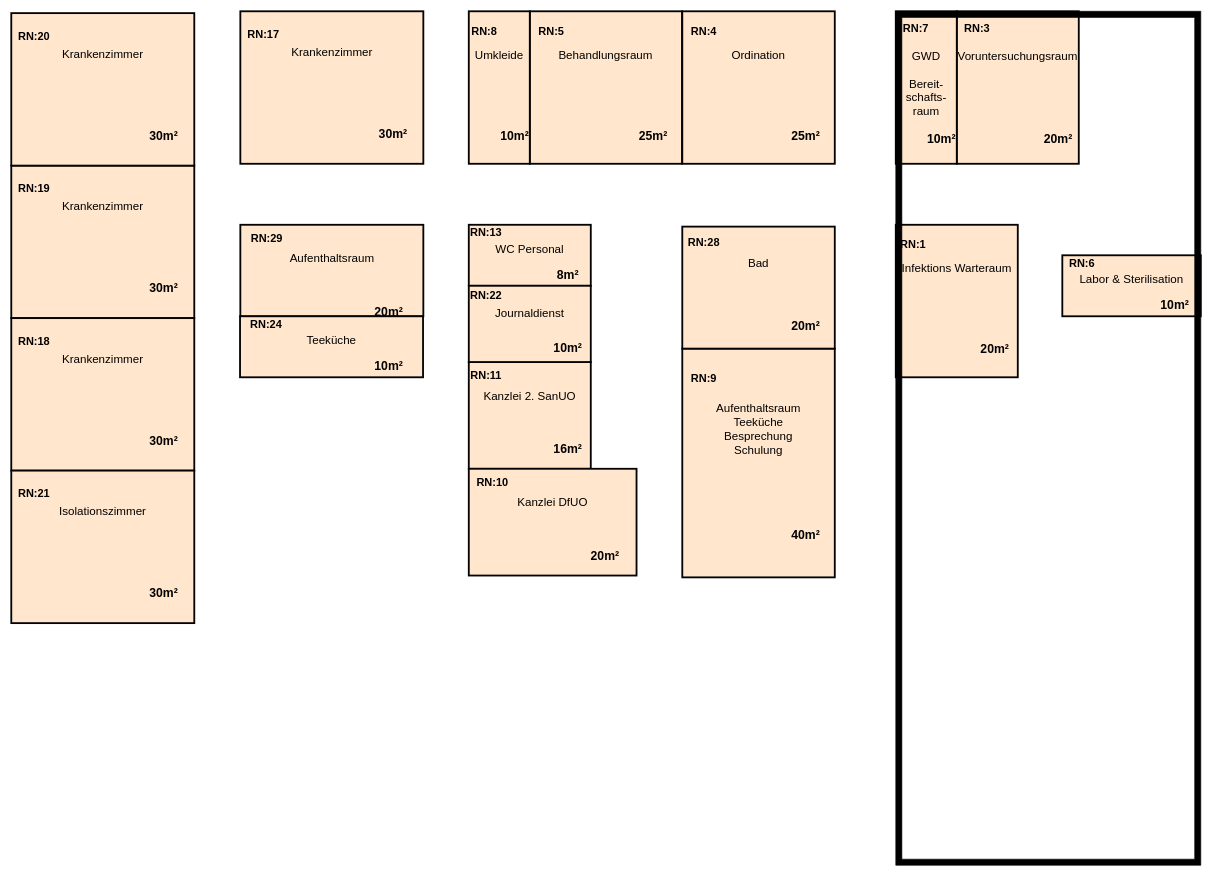
Earlier version of the draw.io diagram Unbenanntes Diagramm.drawio (Yeetmoser/asd). Source tidied: cells renumbered, new cells numbered last; positions are measured from the earlier drawing's top-left corner, leaving out a move shared by most shapes. Both pictures are drawn from the tidied source at 61%, with x=0, y=0 at pixel (11, 11).
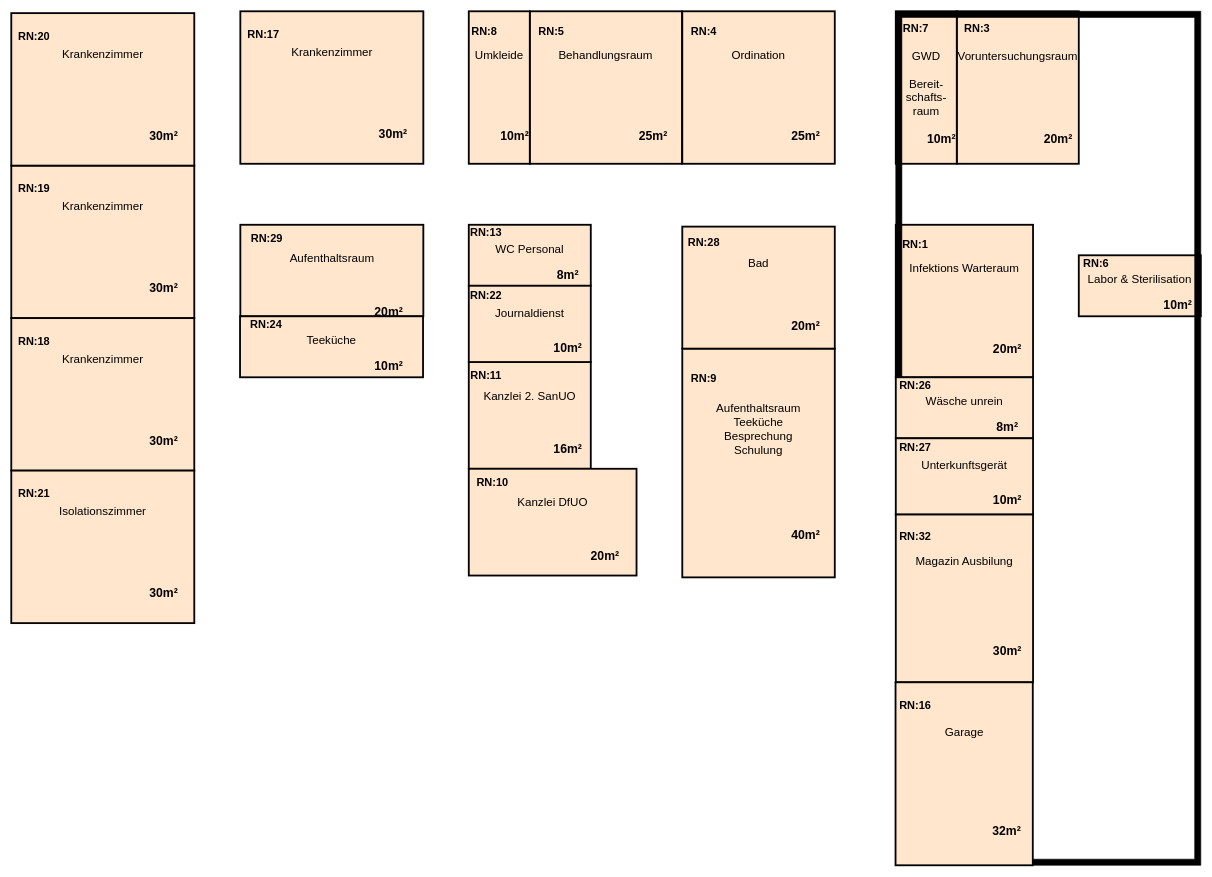
After the change.

The edit, as a diff of the source:
```diff
@@
     <mxCell id="12" style="group;" parent="1" vertex="1">
-      <mxGeometry x="1450" y="350" width="200" height="250" as="geometry" />
+      <mxGeometry x="1450" y="350" width="225" height="250" as="geometry" />
     </mxCell>
     <mxCell id="13" style="rounded=0;whiteSpace=wrap;html=1;fillStyle=auto;strokeWidth=3;fillColor=#ffe6cc;strokeColor=#030303;" parent="12" vertex="1">
-      <mxGeometry width="200" height="250" as="geometry" />
+      <mxGeometry width="225" height="250" as="geometry" />
     </mxCell>
     <mxCell id="14" value="Infektions Warteraum" style="text;html=1;strokeColor=none;fillColor=none;align=center;verticalAlign=top;whiteSpace=wrap;rounded=0;fillStyle=auto;strokeWidth=3;fontSize=19;" parent="12" vertex="1">
-      <mxGeometry y="53.8" width="199.7" height="137.5" as="geometry" />
+      <mxGeometry y="53.8" width="224.6" height="137.5" as="geometry" />
     </mxCell>
     <mxCell id="15" value="RN:1" style="text;html=1;strokeColor=none;fillColor=none;align=center;verticalAlign=middle;whiteSpace=wrap;rounded=0;fillStyle=auto;strokeWidth=3;fontSize=18;fontStyle=1;" parent="12" vertex="1">
-      <mxGeometry width="57" height="65" as="geometry" />
+      <mxGeometry width="64.1" height="65" as="geometry" />
     </mxCell>
     <mxCell id="16" value="20m²" style="text;html=1;strokeColor=none;fillColor=none;align=center;verticalAlign=middle;whiteSpace=wrap;rounded=0;fillStyle=auto;strokeWidth=3;fontSize=20;fontStyle=1;" parent="12" vertex="1">
-      <mxGeometry x="125" y="155" width="74.7" height="95" as="geometry" />
+      <mxGeometry x="140.6" y="155" width="84" height="95" as="geometry" />
     </mxCell>
     <mxCell id="17" style="group;" parent="1" vertex="1">
-      <mxGeometry x="1723" y="400" width="227" height="100" as="geometry" />
+      <mxGeometry x="1750" y="400" width="200" height="100" as="geometry" />
     </mxCell>
     <mxCell id="18" style="rounded=0;whiteSpace=wrap;html=1;fillStyle=auto;strokeWidth=3;fillColor=#ffe6cc;strokeColor=#030303;" parent="17" vertex="1">
-      <mxGeometry width="227" height="100" as="geometry" />
+      <mxGeometry width="200" height="100" as="geometry" />
     </mxCell>
     <mxCell id="19" value="Labor &amp;amp; Sterilisation" style="text;html=1;strokeColor=none;fillColor=none;align=center;verticalAlign=top;whiteSpace=wrap;rounded=0;fillStyle=auto;strokeWidth=3;fontSize=19;" parent="17" vertex="1">
-      <mxGeometry y="21.5" width="226.6" height="55" as="geometry" />
+      <mxGeometry y="21.5" width="199.7" height="55" as="geometry" />
     </mxCell>
     <mxCell id="20" value="RN:6" style="text;html=1;strokeColor=none;fillColor=none;align=center;verticalAlign=middle;whiteSpace=wrap;rounded=0;fillStyle=auto;strokeWidth=3;fontSize=18;fontStyle=1;" parent="17" vertex="1">
-      <mxGeometry width="64.7" height="26" as="geometry" />
+      <mxGeometry width="57" height="26" as="geometry" />
     </mxCell>
     <mxCell id="21" value="10m²" style="text;html=1;strokeColor=none;fillColor=none;align=center;verticalAlign=middle;whiteSpace=wrap;rounded=0;fillStyle=auto;strokeWidth=3;fontSize=20;fontStyle=1;" parent="17" vertex="1">
-      <mxGeometry x="141.9" y="62" width="84.8" height="38" as="geometry" />
+      <mxGeometry x="125" y="62" width="74.7" height="38" as="geometry" />
     </mxCell>
@@
+    <mxCell id="103" style="group;" parent="1" vertex="1">
+      <mxGeometry x="1450" y="600" width="225" height="100" as="geometry" />
+    </mxCell>
+    <mxCell id="104" style="rounded=0;whiteSpace=wrap;html=1;fillStyle=auto;strokeWidth=3;fillColor=#ffe6cc;strokeColor=#030303;" parent="103" vertex="1">
+      <mxGeometry width="225" height="100" as="geometry" />
+    </mxCell>
+    <mxCell id="105" value="Wäsche unrein" style="text;html=1;strokeColor=none;fillColor=none;align=center;verticalAlign=top;whiteSpace=wrap;rounded=0;fillStyle=auto;strokeWidth=3;fontSize=19;" parent="103" vertex="1">
+      <mxGeometry y="21.5" width="224.6" height="55" as="geometry" />
+    </mxCell>
+    <mxCell id="106" value="RN:26" style="text;html=1;strokeColor=none;fillColor=none;align=center;verticalAlign=middle;whiteSpace=wrap;rounded=0;fillStyle=auto;strokeWidth=3;fontSize=18;fontStyle=1;" parent="103" vertex="1">
+      <mxGeometry width="64.1" height="26" as="geometry" />
+    </mxCell>
+    <mxCell id="107" value="8m²" style="text;html=1;strokeColor=none;fillColor=none;align=center;verticalAlign=middle;whiteSpace=wrap;rounded=0;fillStyle=auto;strokeWidth=3;fontSize=20;fontStyle=1;" parent="103" vertex="1">
+      <mxGeometry x="140.6" y="62" width="84" height="38" as="geometry" />
+    </mxCell>
+    <mxCell id="108" style="group;" parent="1" vertex="1">
+      <mxGeometry x="1450" y="700" width="225" height="125" as="geometry" />
+    </mxCell>
+    <mxCell id="109" style="rounded=0;whiteSpace=wrap;html=1;fillStyle=auto;strokeWidth=3;fillColor=#ffe6cc;strokeColor=#030303;" parent="108" vertex="1">
+      <mxGeometry width="225" height="125" as="geometry" />
+    </mxCell>
+    <mxCell id="110" value="Unterkunftsgerät" style="text;html=1;strokeColor=none;fillColor=none;align=center;verticalAlign=top;whiteSpace=wrap;rounded=0;fillStyle=auto;strokeWidth=3;fontSize=19;" parent="108" vertex="1">
+      <mxGeometry y="26.9" width="224.6" height="68.8" as="geometry" />
+    </mxCell>
+    <mxCell id="111" value="RN:27" style="text;html=1;strokeColor=none;fillColor=none;align=center;verticalAlign=middle;whiteSpace=wrap;rounded=0;fillStyle=auto;strokeWidth=3;fontSize=18;fontStyle=1;" parent="108" vertex="1">
+      <mxGeometry width="64.1" height="32.5" as="geometry" />
+    </mxCell>
+    <mxCell id="112" value="10m²" style="text;html=1;strokeColor=none;fillColor=none;align=center;verticalAlign=middle;whiteSpace=wrap;rounded=0;fillStyle=auto;strokeWidth=3;fontSize=20;fontStyle=1;" parent="108" vertex="1">
+      <mxGeometry x="140.6" y="77.5" width="84" height="47.5" as="geometry" />
+    </mxCell>
+    <mxCell id="113" style="group;" parent="1" vertex="1">
+      <mxGeometry x="1450" y="825" width="225" height="275" as="geometry" />
+    </mxCell>
+    <mxCell id="114" style="rounded=0;whiteSpace=wrap;html=1;fillStyle=auto;strokeWidth=3;fillColor=#ffe6cc;strokeColor=#030303;" parent="113" vertex="1">
+      <mxGeometry width="225" height="275" as="geometry" />
+    </mxCell>
+    <mxCell id="115" value="Magazin Ausbilung" style="text;html=1;strokeColor=none;fillColor=none;align=center;verticalAlign=top;whiteSpace=wrap;rounded=0;fillStyle=auto;strokeWidth=3;fontSize=19;" parent="113" vertex="1">
+      <mxGeometry y="59.2" width="224.6" height="151.2" as="geometry" />
+    </mxCell>
+    <mxCell id="116" value="RN:32" style="text;html=1;strokeColor=none;fillColor=none;align=center;verticalAlign=middle;whiteSpace=wrap;rounded=0;fillStyle=auto;strokeWidth=3;fontSize=18;fontStyle=1;" parent="113" vertex="1">
+      <mxGeometry width="64.1" height="71.5" as="geometry" />
+    </mxCell>
+    <mxCell id="117" value="30m²" style="text;html=1;strokeColor=none;fillColor=none;align=center;verticalAlign=middle;whiteSpace=wrap;rounded=0;fillStyle=auto;strokeWidth=3;fontSize=20;fontStyle=1;" parent="113" vertex="1">
+      <mxGeometry x="140.6" y="170.5" width="84" height="104.5" as="geometry" />
+    </mxCell>
+    <mxCell id="118" style="group;" parent="1" vertex="1">
+      <mxGeometry x="1449.6" y="1100" width="225" height="300" as="geometry" />
+    </mxCell>
+    <mxCell id="119" style="rounded=0;whiteSpace=wrap;html=1;fillStyle=auto;strokeWidth=3;fillColor=#ffe6cc;strokeColor=#030303;" parent="118" vertex="1">
+      <mxGeometry width="225" height="300" as="geometry" />
+    </mxCell>
+    <mxCell id="120" value="Garage" style="text;html=1;strokeColor=none;fillColor=none;align=center;verticalAlign=top;whiteSpace=wrap;rounded=0;fillStyle=auto;strokeWidth=3;fontSize=19;" parent="118" vertex="1">
+      <mxGeometry y="64.6" width="224.6" height="165" as="geometry" />
+    </mxCell>
+    <mxCell id="121" value="RN:16" style="text;html=1;strokeColor=none;fillColor=none;align=center;verticalAlign=middle;whiteSpace=wrap;rounded=0;fillStyle=auto;strokeWidth=3;fontSize=18;fontStyle=1;" parent="118" vertex="1">
+      <mxGeometry width="64.1" height="78" as="geometry" />
+    </mxCell>
+    <mxCell id="122" value="32m²" style="text;html=1;strokeColor=none;fillColor=none;align=center;verticalAlign=middle;whiteSpace=wrap;rounded=0;fillStyle=auto;strokeWidth=3;fontSize=20;fontStyle=1;" parent="118" vertex="1">
+      <mxGeometry x="140.6" y="186" width="84" height="114" as="geometry" />
+    </mxCell>
```
